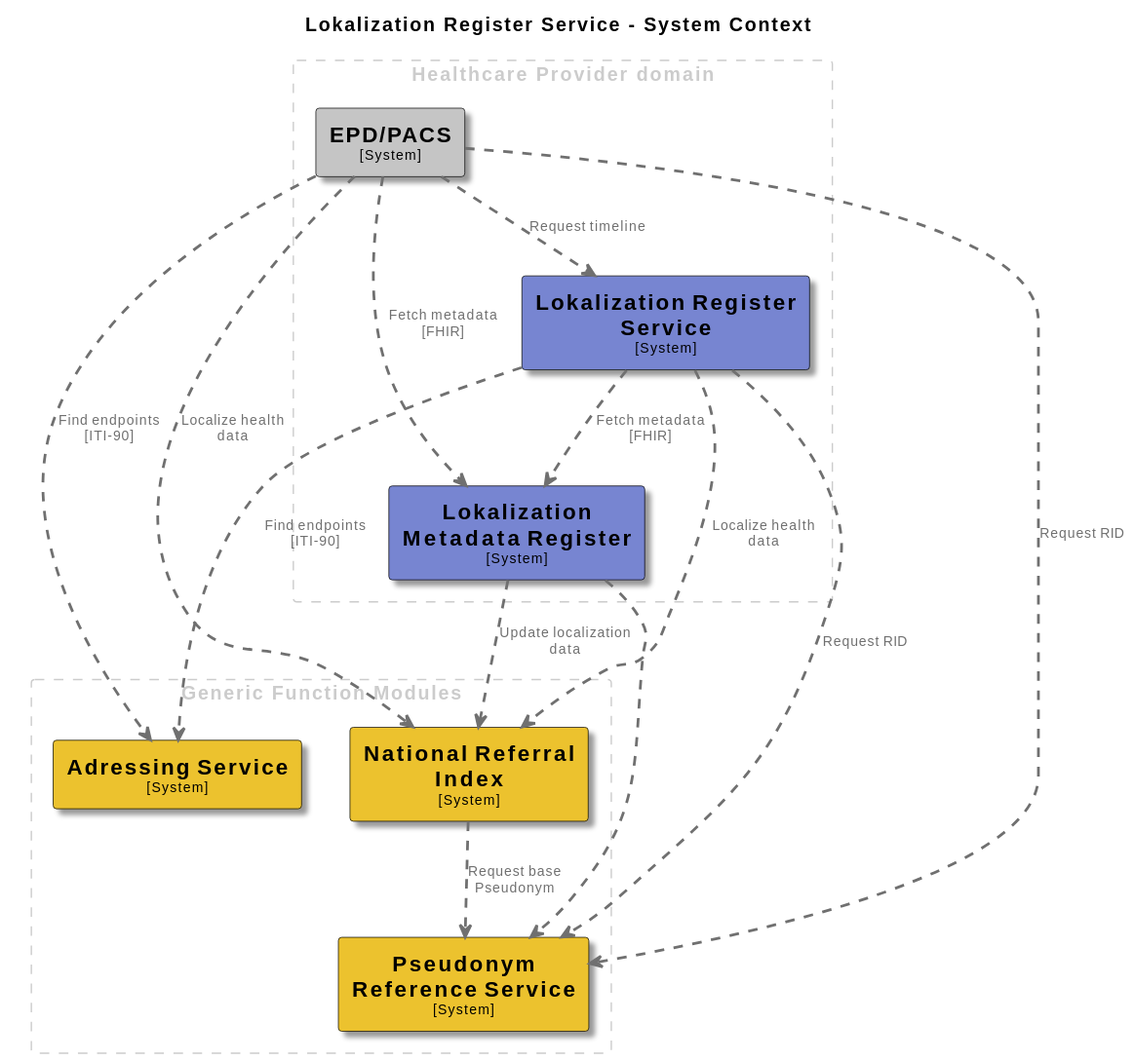
The PlantUML diagram docs/images/structurizr-Architecture.svg in minvws/gfmodules-coordination, before a commit.
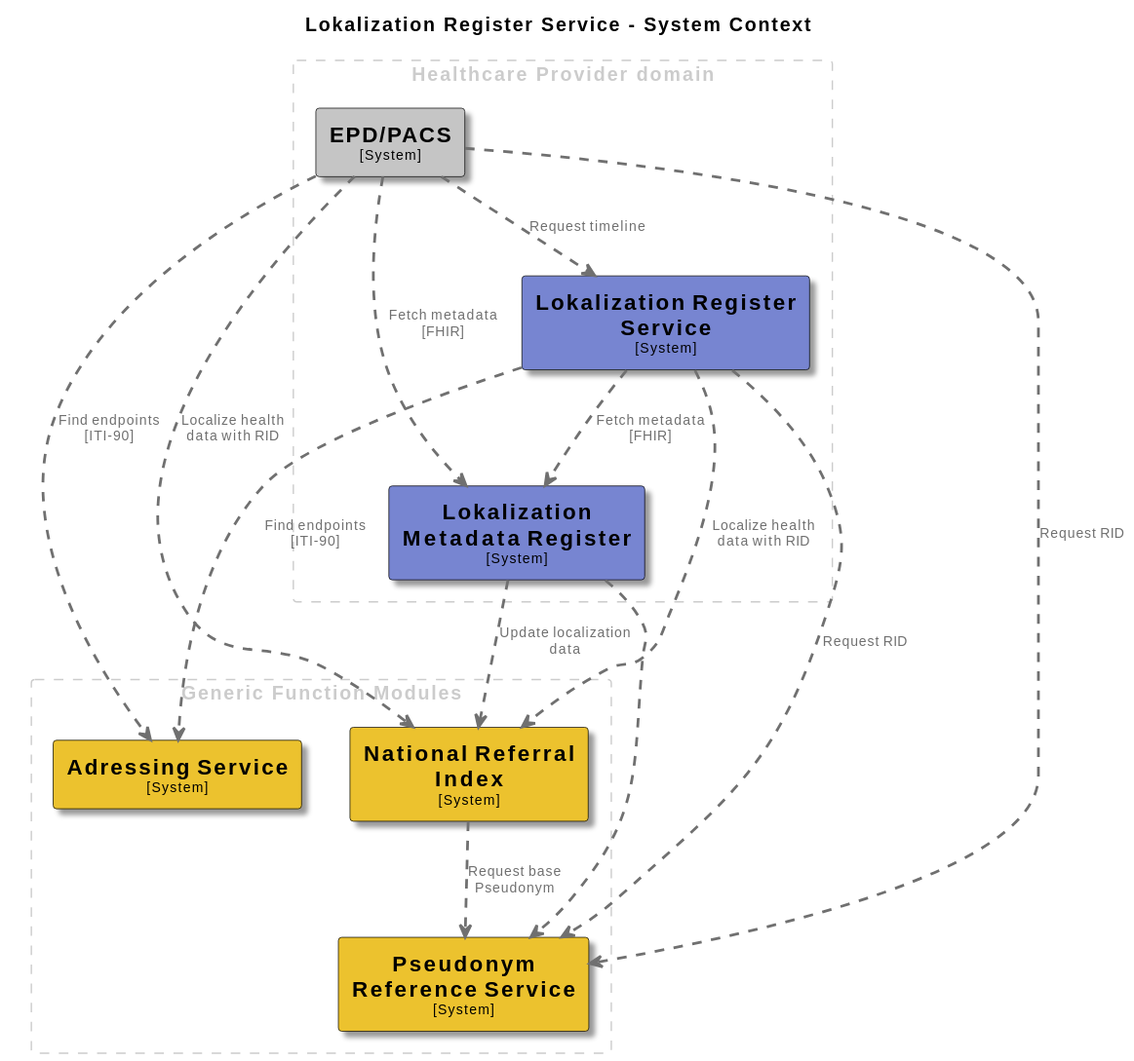
After the commit.

What changed in the source:
```diff
@@ -75,10 +75,10 @@
 NationalReferralIndex .[#707070,thickness=2].> PseudonymReferenceService : "<color:#707070>Request base Pseudonym"
 LokalizationMetadataRegister .[#707070,thickness=2].> PseudonymReferenceService : "<color:#707070>"
 LokalizationRegisterService .[#707070,thickness=2].> PseudonymReferenceService : "<color:#707070>Request RID"
-LokalizationRegisterService .[#707070,thickness=2].> NationalReferralIndex : "<color:#707070>Localize health data"
+LokalizationRegisterService .[#707070,thickness=2].> NationalReferralIndex : "<color:#707070>Localize health data with RID"
 LokalizationRegisterService .[#707070,thickness=2].> AdressingService : "<color:#707070>Find endpoints [ITI-90]"
 LokalizationRegisterService .[#707070,thickness=2].> LokalizationMetadataRegister : "<color:#707070>Fetch metadata [FHIR]"
-EPDPACS .[#707070,thickness=2].> NationalReferralIndex : "<color:#707070>Localize health data"
+EPDPACS .[#707070,thickness=2].> NationalReferralIndex : "<color:#707070>Localize health data with RID"
 EPDPACS .[#707070,thickness=2].> AdressingService : "<color:#707070>Find endpoints [ITI-90]"
 EPDPACS .[#707070,thickness=2].> LokalizationMetadataRegister : "<color:#707070>Fetch metadata [FHIR]"
 EPDPACS .[#707070,thickness=2].> PseudonymReferenceService : "<color:#707070>Request RID"
```
